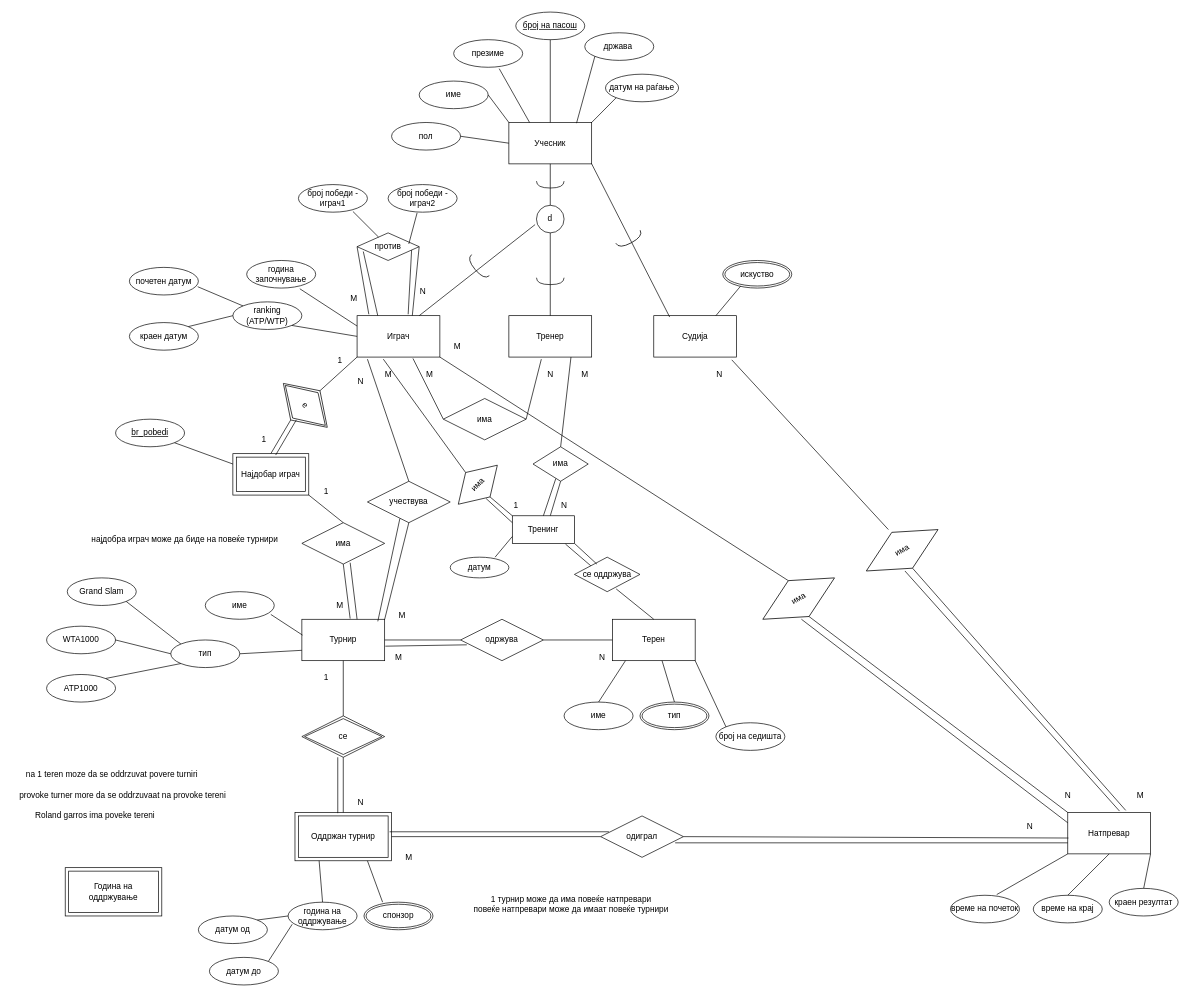
Before: labs/lab1b.drawio in davidhristov59/Databases, a draw.io diagram. Source tidied: cells renumbered, new cells numbered last; positions are measured from the earlier drawing's top-left corner, leaving out a move shared by most shapes. Both pictures are drawn from the tidied source at 69%, with x=0, y=0 at pixel (12, 12).
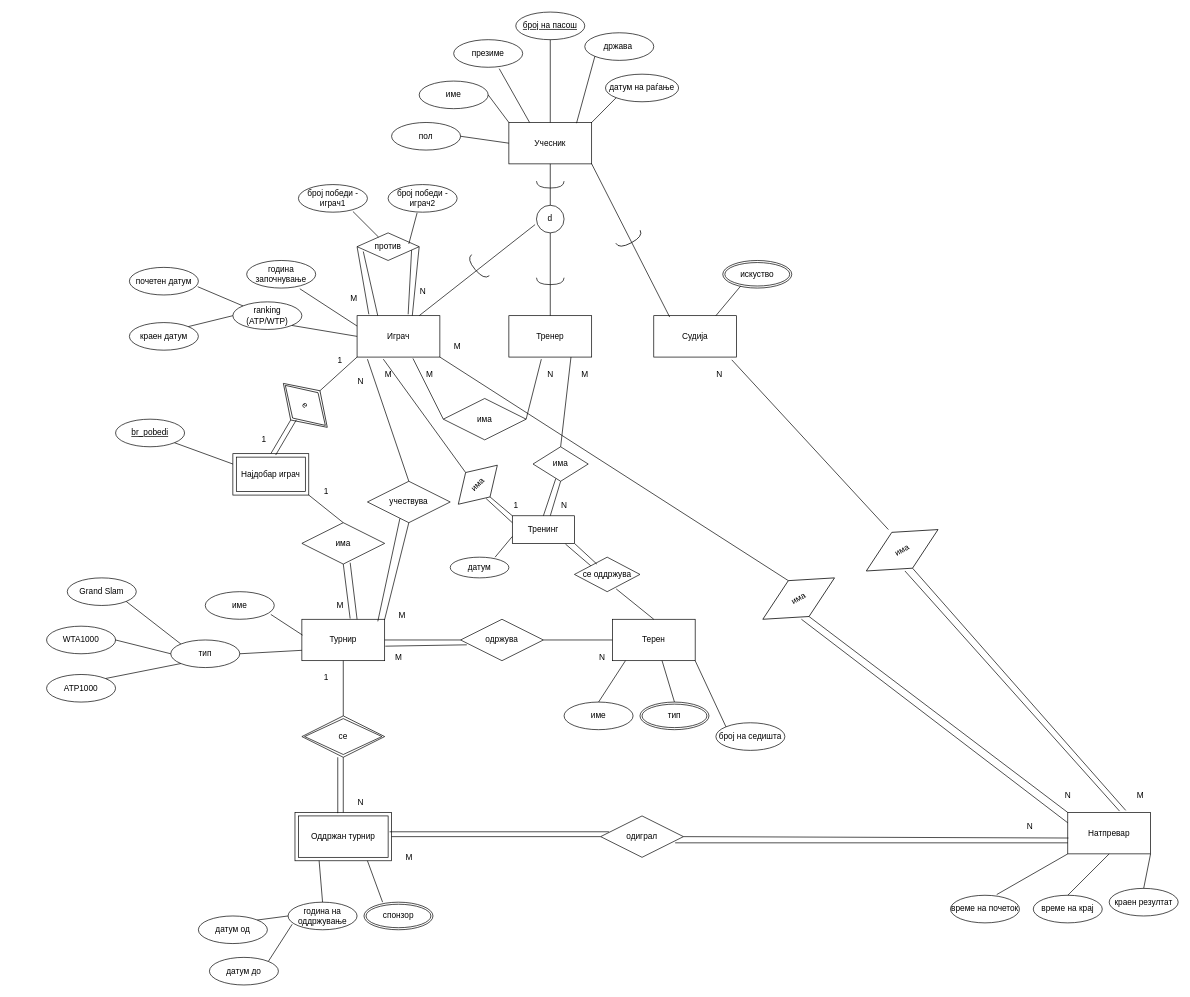
The same page after the edit.

Diff of the diagram source:
```diff
@@
-    <mxCell id="68" value="најдобра играч може да биде на повеќе турнири" style="text;html=1;align=center;verticalAlign=middle;strokeColor=none;fillColor=none;" parent="1" vertex="1">
-      <mxGeometry x="100" y="750" width="300" height="30" as="geometry" />
-    </mxCell>
@@
-    <mxCell id="82" value="provoke turner more da se oddrzuvaat na provoke tereni" style="text;html=1;align=center;verticalAlign=middle;strokeColor=none;fillColor=none;" parent="1" vertex="1">
-      <mxGeometry y="1120" width="320" height="30" as="geometry" />
-    </mxCell>
-    <mxCell id="83" value="na 1 teren moze da se oddrzuvat povere turniri&amp;nbsp;" style="text;html=1;align=center;verticalAlign=middle;strokeColor=none;fillColor=none;" parent="1" vertex="1">
-      <mxGeometry x="6" y="1090" width="280" height="30" as="geometry" />
-    </mxCell>
-    <mxCell id="84" value="Roland garros ima poveke tereni" style="text;html=1;align=center;verticalAlign=middle;strokeColor=none;fillColor=none;" parent="1" vertex="1">
-      <mxGeometry x="20" y="1150" width="200" height="30" as="geometry" />
-    </mxCell>
@@
-    <mxCell id="100" value="Година на оддржување" style="shape=ext;margin=3;double=1;whiteSpace=wrap;html=1;align=center;" parent="1" vertex="1">
-      <mxGeometry x="77" y="1240" width="140" height="70" as="geometry" />
-    </mxCell>
@@
-    <mxCell id="119" value="1 турнир може да има повеќе натпревари&lt;div&gt;повеќе натпревари може да имаат повеќе турнири&lt;/div&gt;" style="text;html=1;align=center;verticalAlign=middle;strokeColor=none;fillColor=none;" parent="1" vertex="1">
-      <mxGeometry x="655" y="1273" width="310" height="40" as="geometry" />
-    </mxCell>
```
